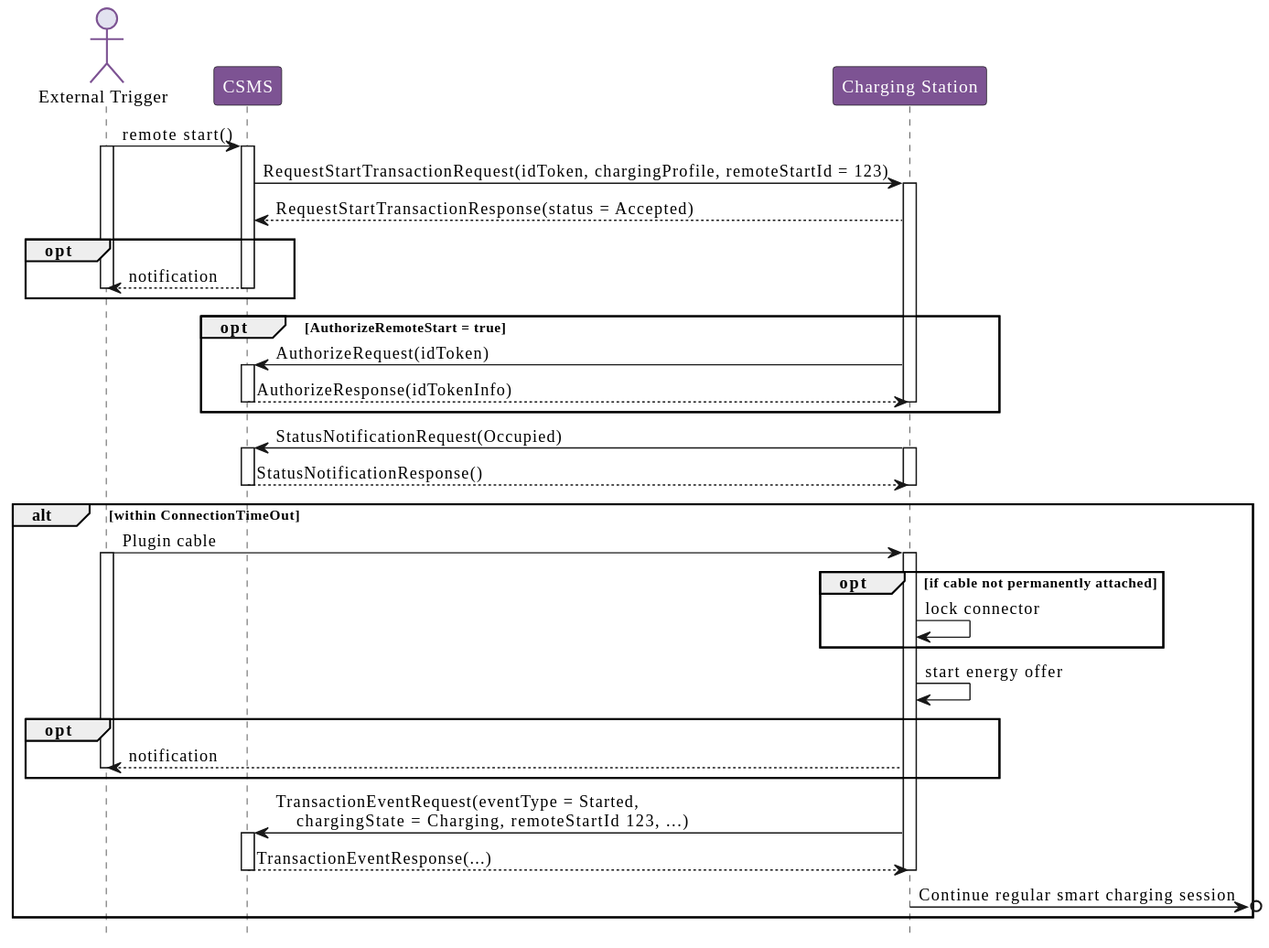
Earlier version of the PlantUML export OCPP_2.0.1/part2/images/figure_104.svg (phoi5675/ocpp-markdown).
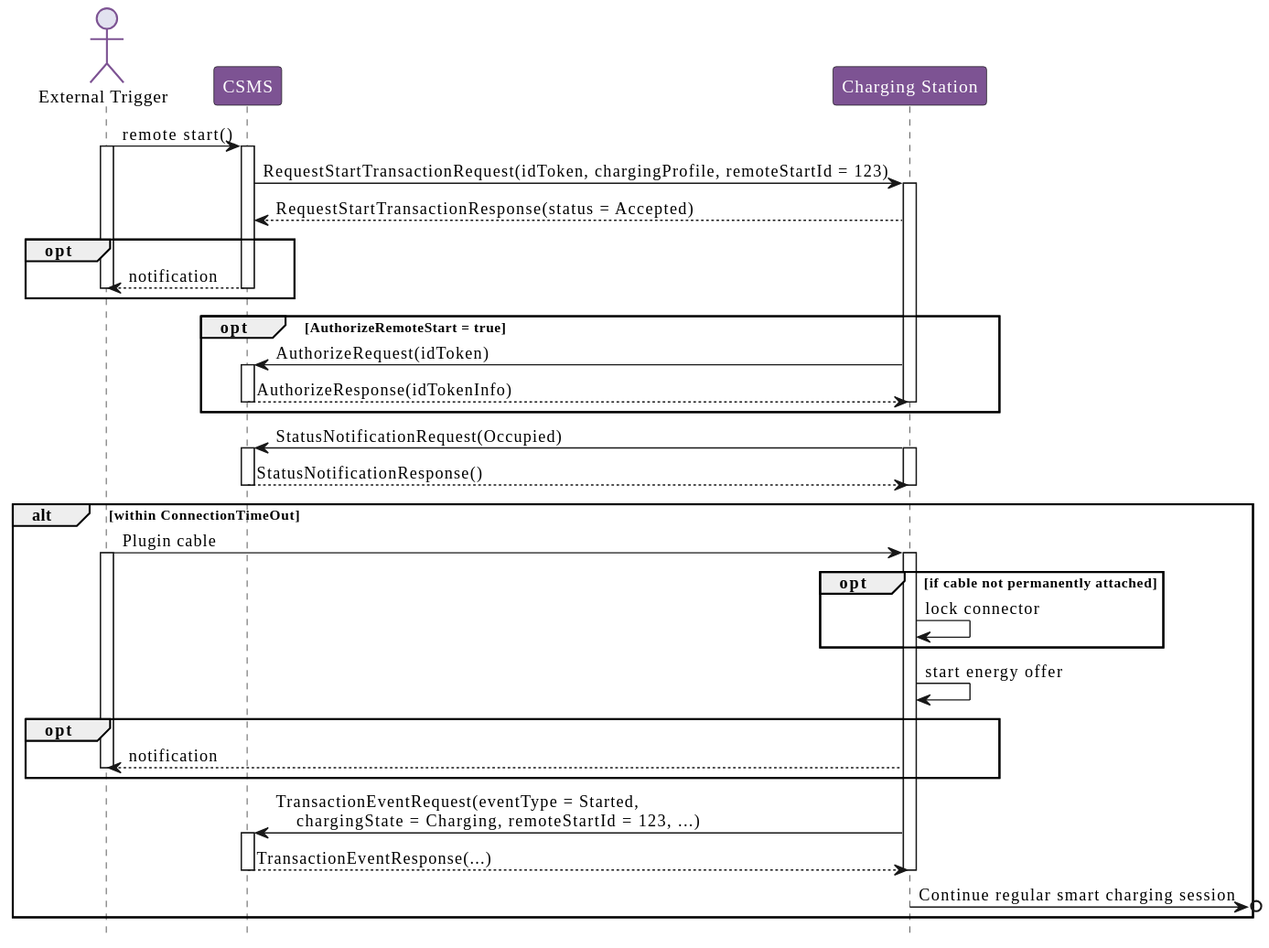
Later version of the same file.

What changed in the source:
```diff
@@ -53,7 +53,7 @@
     deactivate ExternalTrigger
   end
 
-  ChargingStation -> CSMS:     TransactionEventRequest(eventType = Started, \n    chargingState = Charging, remoteStartId  123, ...)
+  ChargingStation -> CSMS:     TransactionEventRequest(eventType = Started, \n    chargingState = Charging, remoteStartId = 123, ...)
   activate CSMS
 
   CSMS --> ChargingStation: TransactionEventResponse(...)
```
